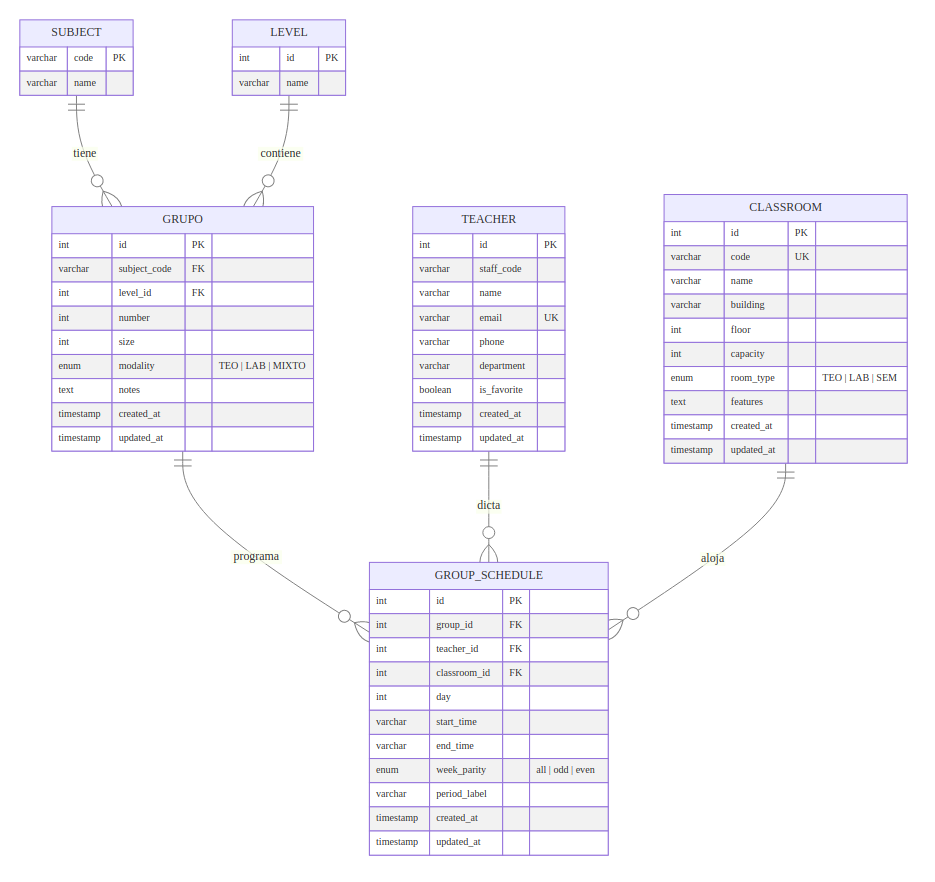
Earlier version of the Mermaid export images/diagrams/er_part2_grupos_horarios.png (smith-3/Taller-Grado-II). Its source is kept beside it as images/diagrams/er_part2_grupos_horarios.mmd.
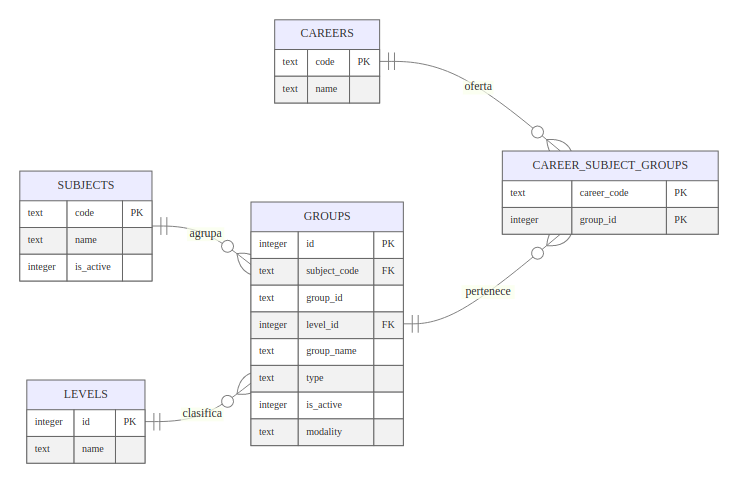
Above is the later version.

The edit, as a diff of the source:
```diff
@@ -2,79 +2,49 @@
   "theme": "default",
   "themeVariables": {
     "fontFamily": "Helvetica, Arial, sans-serif",
-    "fontSize": "18px"
+    "fontSize": "24px"
   },
   "er": {
-    "layoutDirection": "TB",
-    "entityPadding": 20,
+    "layoutDirection": "LR",
+    "entityPadding": 24,
     "useMaxWidth": true
   }
 }}%%
 
 erDiagram
-    SUBJECT {
-        varchar code PK
-        varchar name
+    CAREERS {
+        text code PK
+        text name
     }
 
-    LEVEL {
-        int id PK
-        varchar name
+    SUBJECTS {
+        text code PK
+        text name
+        integer is_active
     }
 
-    GRUPO {
-        int id PK
-        varchar subject_code FK
-        int level_id FK
-        int number
-        int size
-        enum modality "TEO | LAB | MIXTO"
-        text notes
-        timestamp created_at
-        timestamp updated_at
+    LEVELS {
+        integer id PK
+        text name
     }
 
-    TEACHER {
-        int id PK
-        varchar staff_code
-        varchar name
-        varchar email UK
-        varchar phone
-        varchar department
-        boolean is_favorite
-        timestamp created_at
-        timestamp updated_at
+    GROUPS {
+        integer id PK
+        text subject_code FK
+        text group_id
+        integer level_id FK
+        text group_name
+        text type
+        integer is_active
+        text modality
     }
 
-    CLASSROOM {
-        int id PK
-        varchar code UK
-        varchar name
-        varchar building
-        int floor
-        int capacity
-        enum room_type "TEO | LAB | SEM"
-        text features
-        timestamp created_at
-        timestamp updated_at
+    CAREER_SUBJECT_GROUPS {
+        text career_code PK
+        integer group_id PK
     }
 
-    GROUP_SCHEDULE {
-        int id PK
-        int group_id FK
-        int teacher_id FK
-        int classroom_id FK
-        int day
-        varchar start_time
-        varchar end_time
-        enum week_parity "all | odd | even"
-        varchar period_label
-        timestamp created_at
-        timestamp updated_at
-    }
-
-    SUBJECT ||--o{ GRUPO : "tiene"
-    LEVEL ||--o{ GRUPO : "contiene"
-    GRUPO ||--o{ GROUP_SCHEDULE : "programa"
-    TEACHER ||--o{ GROUP_SCHEDULE : "dicta"
-    CLASSROOM ||--o{ GROUP_SCHEDULE : "aloja"
+    SUBJECTS ||--o{ GROUPS : agrupa
+    LEVELS ||--o{ GROUPS : clasifica
+    CAREERS ||--o{ CAREER_SUBJECT_GROUPS : oferta
+    GROUPS ||--o{ CAREER_SUBJECT_GROUPS : pertenece
```
